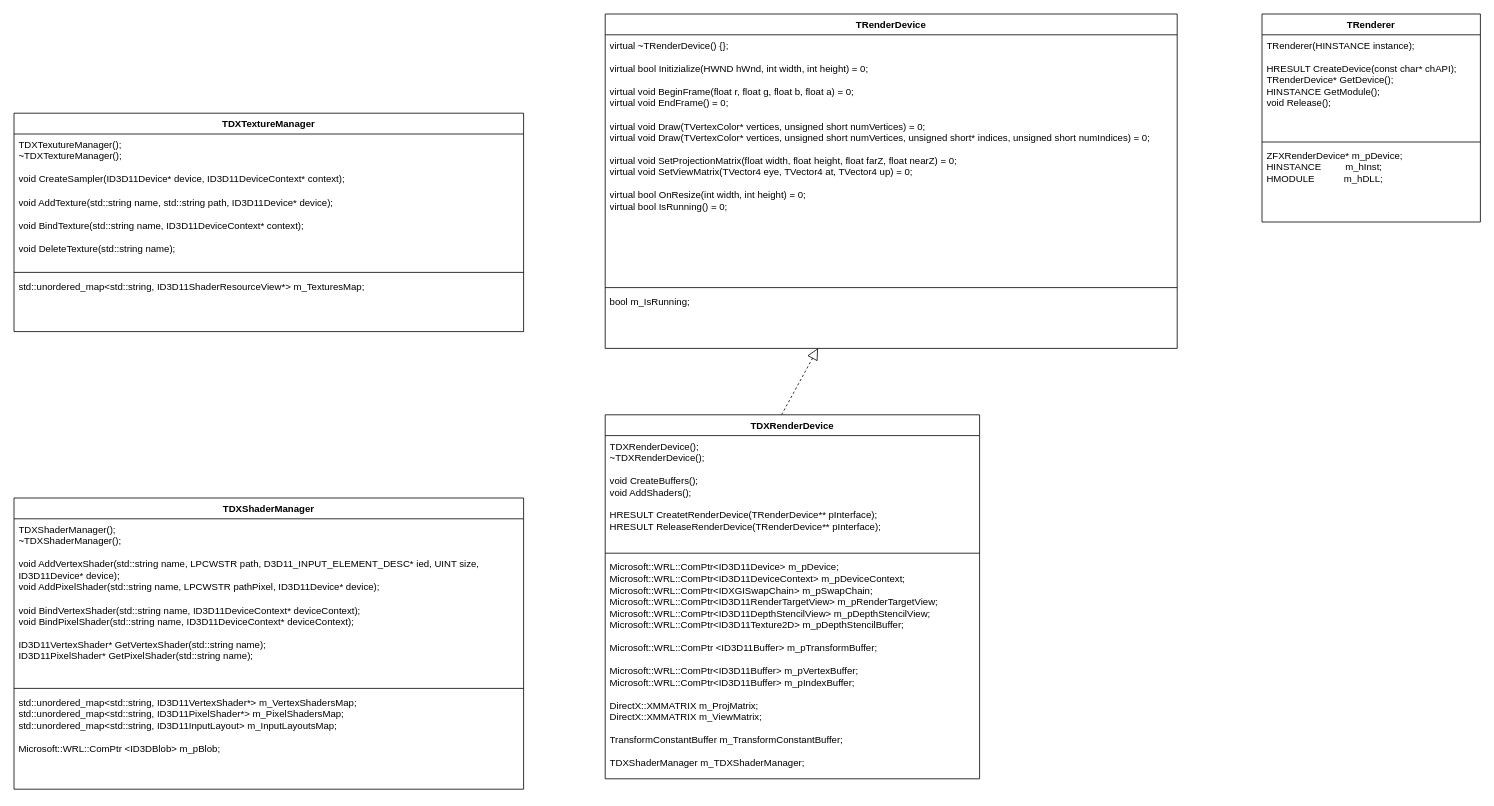
Earlier version of the draw.io diagram UML/TRenderer.drawio (f1oating/TRender). Source tidied: cells renumbered, new cells numbered last; positions are measured from the earlier drawing's top-left corner, leaving out a move shared by most shapes. Both pictures are drawn from the tidied source at 80%, with x=0, y=0 at pixel (14, 14).
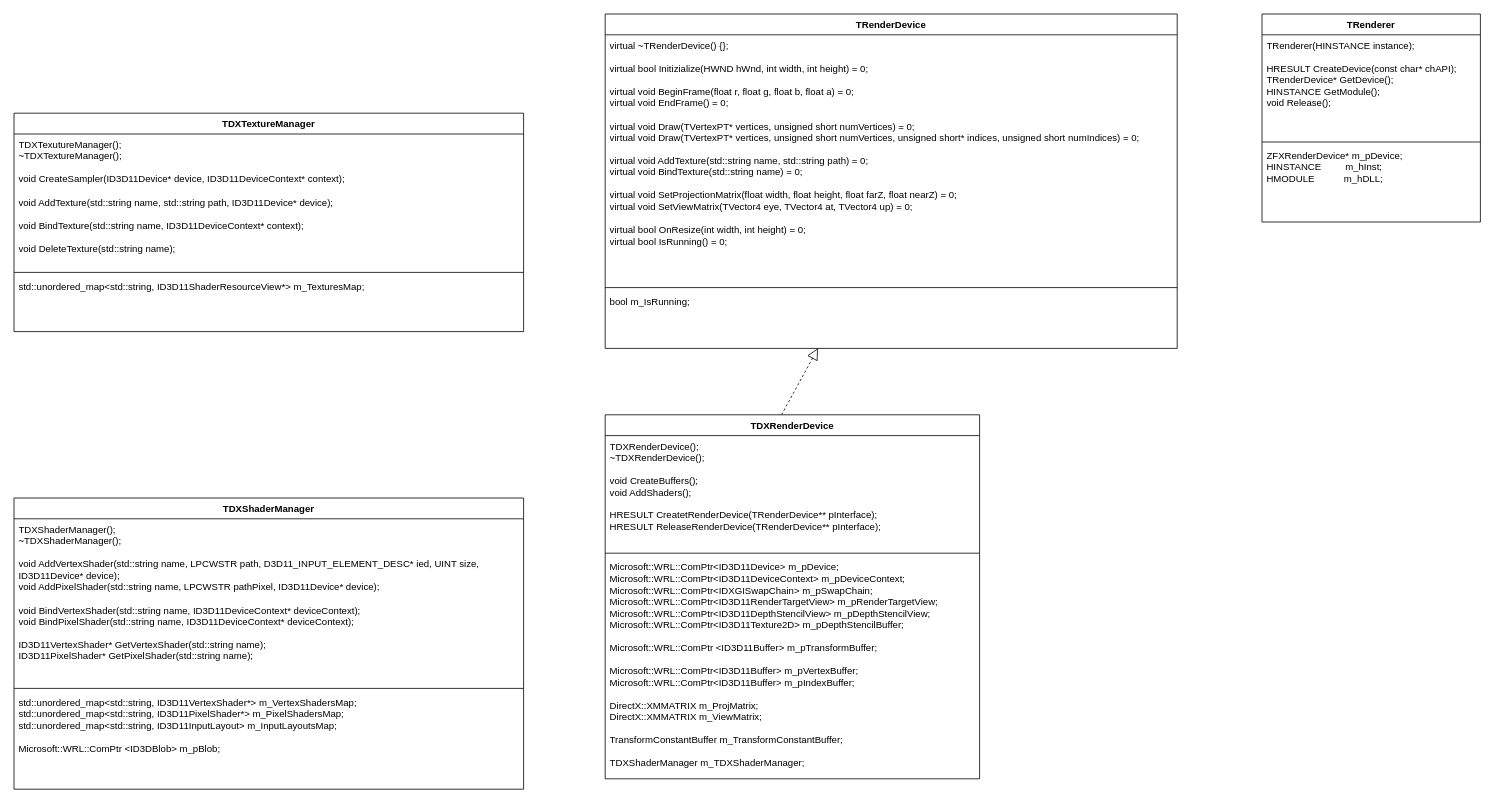
After the change.

Unchanged cells that the change refers to:
```xml
<mxCell id="2" value="TRenderDevice" style="swimlane;fontStyle=1;align=center;verticalAlign=top;horizontal=1;startSize=26;whiteSpace=wrap;html=1;" parent="1" vertex="1">
  <mxGeometry x="739" width="715" height="418" as="geometry" />
</mxCell>
```

Change to the diagram source:
```diff
@@
-    <mxCell id="3" value="&lt;div&gt;virtual ~TRenderDevice() {};&lt;br&gt;&lt;/div&gt;&lt;div&gt;&lt;br&gt;&lt;/div&gt;&lt;div&gt;virtual bool Initizialize(HWND hWnd, int width, int height) = 0;&lt;/div&gt;&lt;div&gt;&lt;br&gt;&lt;/div&gt;&lt;div&gt;virtual void BeginFrame(float r, float g, float b, float a) = 0;&lt;/div&gt;&lt;div&gt;virtual void EndFrame() = 0;&lt;/div&gt;&lt;div&gt;&lt;br&gt;&lt;/div&gt;&lt;div&gt;virtual void Draw(TVertexColor* vertices, unsigned short numVertices) = 0;&lt;br&gt;&lt;/div&gt;&lt;div&gt;virtual void Draw(TVertexColor* vertices, unsigned short numVertices, unsigned short* indices, unsigned short numIndices) = 0;&lt;br&gt;&lt;/div&gt;&lt;div&gt;&lt;br&gt;&lt;/div&gt;&lt;div&gt;virtual void SetProjectionMatrix(float width, float height, float farZ, float nearZ) = 0;&lt;/div&gt;&lt;div&gt;virtual void SetViewMatrix(TVector4 eye, TVector4 at, TVector4 up) = 0;&lt;br&gt;&lt;/div&gt;&lt;div&gt;&lt;br&gt;&lt;/div&gt;&lt;div&gt;virtual bool OnResize(int width, int height) = 0;&lt;/div&gt;&lt;div&gt;virtual bool IsRunning() = 0;&lt;br&gt;&lt;/div&gt;" style="text;strokeColor=none;fillColor=none;align=left;verticalAlign=top;spacingLeft=4;spacingRight=4;overflow=hidden;whiteSpace=wrap;html=1;" parent="2" vertex="1">
+    <mxCell id="3" value="&lt;div&gt;virtual ~TRenderDevice() {};&lt;br&gt;&lt;/div&gt;&lt;div&gt;&lt;br&gt;&lt;/div&gt;&lt;div&gt;virtual bool Initizialize(HWND hWnd, int width, int height) = 0;&lt;/div&gt;&lt;div&gt;&lt;br&gt;&lt;/div&gt;&lt;div&gt;virtual void BeginFrame(float r, float g, float b, float a) = 0;&lt;/div&gt;&lt;div&gt;virtual void EndFrame() = 0;&lt;/div&gt;&lt;div&gt;&lt;br&gt;&lt;/div&gt;&lt;div&gt;virtual void Draw(TVertexPT* vertices, unsigned short numVertices) = 0;&lt;br&gt;&lt;/div&gt;&lt;div&gt;virtual void Draw(TVertexPT* vertices, unsigned short numVertices, unsigned short* indices, unsigned short numIndices) = 0;&lt;br&gt;&lt;/div&gt;&lt;div&gt;&lt;br&gt;&lt;/div&gt;&lt;div&gt;virtual void AddTexture(std::string name, std::string path) = 0;&lt;br&gt;virtual void BindTexture(std::string name) = 0;&lt;br&gt;&lt;/div&gt;&lt;div&gt;&lt;br&gt;&lt;/div&gt;&lt;div&gt;virtual void SetProjectionMatrix(float width, float height, float farZ, float nearZ) = 0;&lt;/div&gt;&lt;div&gt;virtual void SetViewMatrix(TVector4 eye, TVector4 at, TVector4 up) = 0;&lt;br&gt;&lt;/div&gt;&lt;div&gt;&lt;br&gt;&lt;/div&gt;&lt;div&gt;virtual bool OnResize(int width, int height) = 0;&lt;/div&gt;&lt;div&gt;virtual bool IsRunning() = 0;&lt;br&gt;&lt;/div&gt;" style="text;strokeColor=none;fillColor=none;align=left;verticalAlign=top;spacingLeft=4;spacingRight=4;overflow=hidden;whiteSpace=wrap;html=1;" parent="2" vertex="1">
       <mxGeometry y="26" width="715" height="312" as="geometry" />
     </mxCell>
```
